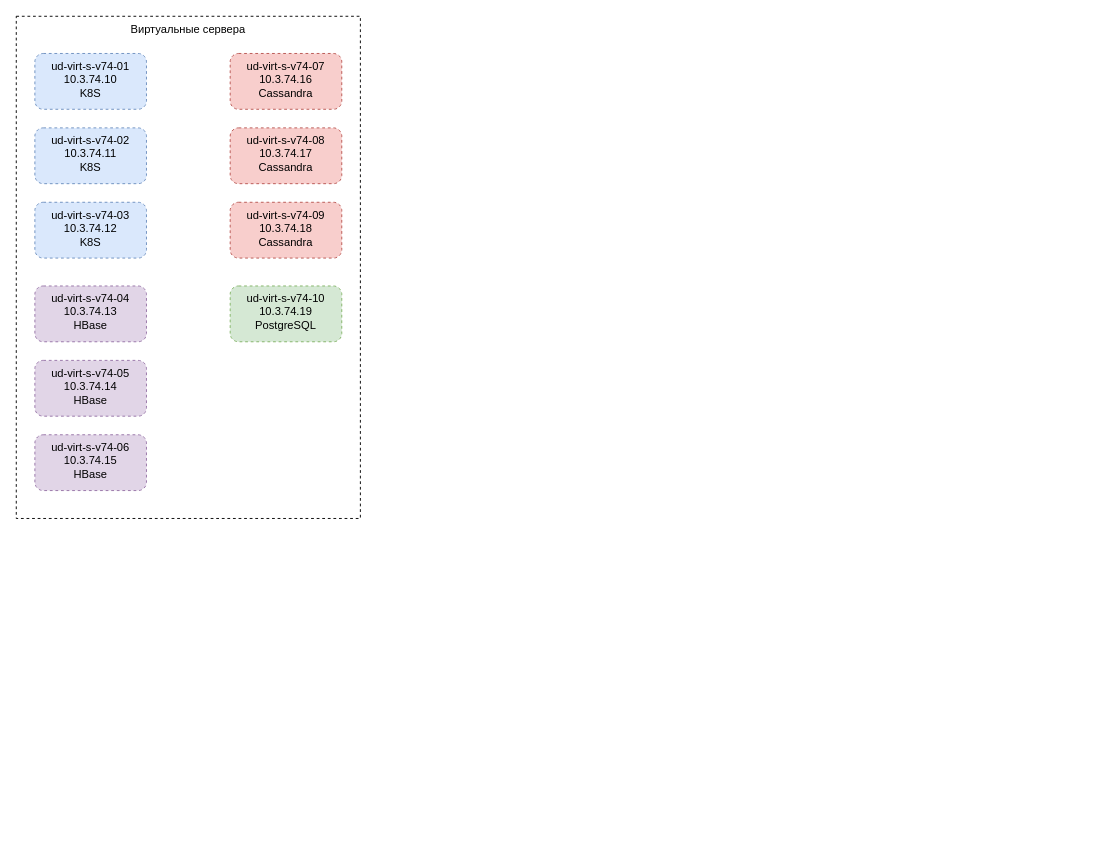
This is ees-test-stand.drawio from victorvk2002/test, a draw.io file, before an edit. Source tidied: cells renumbered, new cells numbered last; positions are measured from the earlier drawing's top-left corner, leaving out a move shared by most shapes. Both pictures are drawn from the tidied source at 93%, with x=0, y=0 at pixel (16, 16).
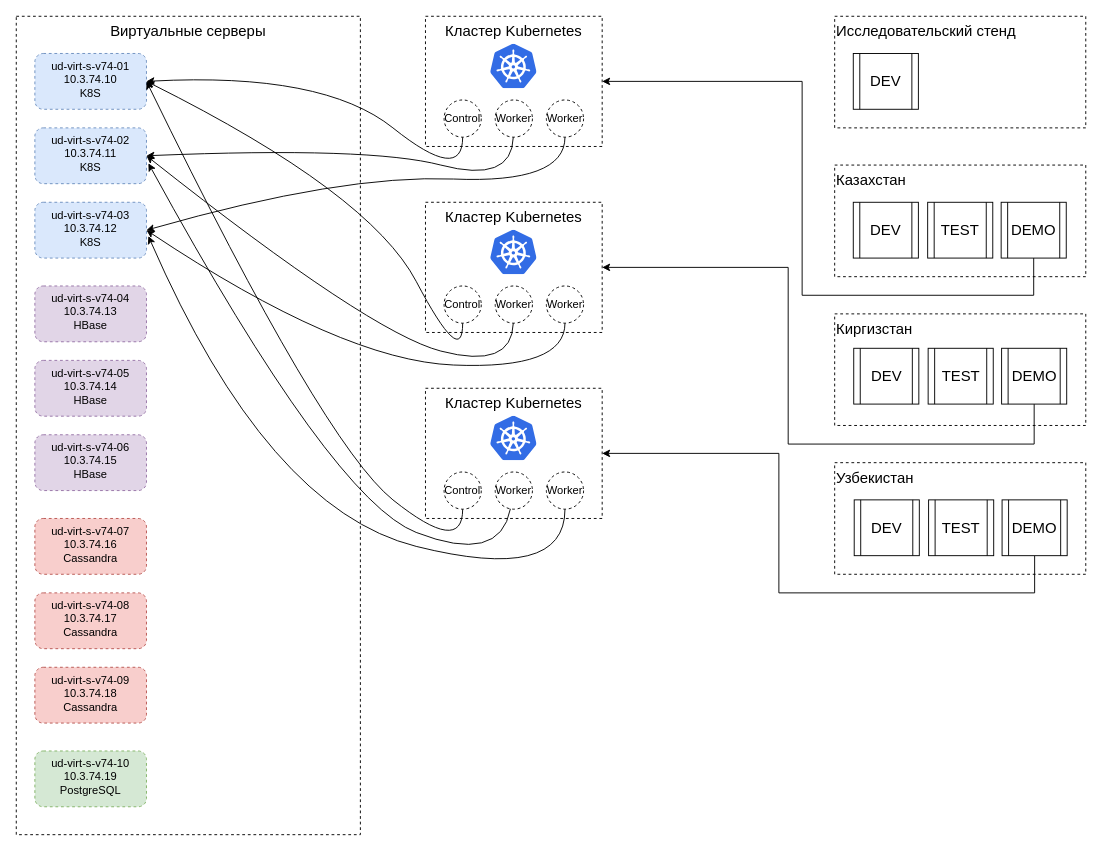
The same diagram, later.

Unchanged cells that the change refers to:
```xml
<mxCell id="3" value="ud-virt-s-v74-01&lt;br&gt;10.3.74.10&lt;br&gt;K8S" style="rounded=1;whiteSpace=wrap;html=1;dashed=1;align=center;verticalAlign=top;fillColor=#dae8fc;strokeColor=#6c8ebf;" parent="1" vertex="1">
  <mxGeometry x="20" y="40" width="120" height="60" as="geometry" />
</mxCell>
<mxCell id="4" value="ud-virt-s-v74-02&lt;br&gt;10.3.74.11&lt;br&gt;K8S" style="rounded=1;whiteSpace=wrap;html=1;dashed=1;align=center;verticalAlign=top;fillColor=#dae8fc;strokeColor=#6c8ebf;" parent="1" vertex="1">
  <mxGeometry x="20" y="120" width="120" height="60" as="geometry" />
</mxCell>
<mxCell id="5" value="ud-virt-s-v74-03&lt;br&gt;10.3.74.12&lt;br&gt;K8S" style="rounded=1;whiteSpace=wrap;html=1;dashed=1;align=center;verticalAlign=top;fillColor=#dae8fc;strokeColor=#6c8ebf;" parent="1" vertex="1">
  <mxGeometry x="20" y="200" width="120" height="60" as="geometry" />
</mxCell>
```

Diff of the diagram source:
```diff
@@
-    <mxCell id="2" value="Виртуальные сервера" style="rounded=0;whiteSpace=wrap;html=1;dashed=1;align=center;verticalAlign=top;" parent="1" vertex="1">
-      <mxGeometry width="370" height="540" as="geometry" />
+    <mxCell id="2" value="Виртуальные серверы" style="rounded=0;whiteSpace=wrap;html=1;dashed=1;align=center;verticalAlign=top;fontSize=16;" parent="1" vertex="1">
+      <mxGeometry width="370" height="880" as="geometry" />
     </mxCell>
@@
     <mxCell id="6" value="ud-virt-s-v74-07&lt;br&gt;10.3.74.16&lt;br&gt;Cassandra" style="rounded=1;whiteSpace=wrap;html=1;dashed=1;align=center;verticalAlign=top;fillColor=#f8cecc;strokeColor=#b85450;" parent="1" vertex="1">
-      <mxGeometry x="230" y="40" width="120" height="60" as="geometry" />
+      <mxGeometry x="20" y="540" width="120" height="60" as="geometry" />
     </mxCell>
     <mxCell id="7" value="ud-virt-s-v74-08&lt;br&gt;10.3.74.17&lt;br&gt;Cassandra" style="rounded=1;whiteSpace=wrap;html=1;dashed=1;align=center;verticalAlign=top;fillColor=#f8cecc;strokeColor=#b85450;" parent="1" vertex="1">
-      <mxGeometry x="230" y="120" width="120" height="60" as="geometry" />
+      <mxGeometry x="20" y="620" width="120" height="60" as="geometry" />
     </mxCell>
     <mxCell id="8" value="ud-virt-s-v74-09&lt;br&gt;10.3.74.18&lt;br&gt;Cassandra" style="rounded=1;whiteSpace=wrap;html=1;dashed=1;align=center;verticalAlign=top;fillColor=#f8cecc;strokeColor=#b85450;" parent="1" vertex="1">
-      <mxGeometry x="230" y="200" width="120" height="60" as="geometry" />
+      <mxGeometry x="20" y="700" width="120" height="60" as="geometry" />
     </mxCell>
@@
     <mxCell id="12" value="ud-virt-s-v74-10&lt;br&gt;10.3.74.19&lt;br&gt;PostgreSQL" style="rounded=1;whiteSpace=wrap;html=1;dashed=1;align=center;verticalAlign=top;fillColor=#d5e8d4;strokeColor=#82b366;" parent="1" vertex="1">
-      <mxGeometry x="230" y="290" width="120" height="60" as="geometry" />
+      <mxGeometry x="20" y="790" width="120" height="60" as="geometry" />
     </mxCell>
+    <mxCell id="13" value="Исследовательский стенд" style="rounded=0;whiteSpace=wrap;html=1;dashed=1;align=left;verticalAlign=top;fontSize=16;" parent="1" vertex="1">
+      <mxGeometry x="880" width="270" height="120" as="geometry" />
+    </mxCell>
+    <mxCell id="14" value="Казахстан" style="rounded=0;whiteSpace=wrap;html=1;dashed=1;align=left;verticalAlign=top;fontSize=16;" parent="1" vertex="1">
+      <mxGeometry x="880" y="160" width="270" height="120" as="geometry" />
+    </mxCell>
+    <mxCell id="15" value="Киргизстан" style="rounded=0;whiteSpace=wrap;html=1;dashed=1;align=left;verticalAlign=top;fontSize=16;" parent="1" vertex="1">
+      <mxGeometry x="880" y="320" width="270" height="120" as="geometry" />
+    </mxCell>
+    <mxCell id="16" value="Узбекистан" style="rounded=0;whiteSpace=wrap;html=1;dashed=1;align=left;verticalAlign=top;fontSize=16;" parent="1" vertex="1">
+      <mxGeometry x="880" y="480" width="270" height="120" as="geometry" />
+    </mxCell>
+    <mxCell id="17" value="DEV" style="shape=process;whiteSpace=wrap;html=1;backgroundOutline=1;fontSize=16;align=center;" parent="1" vertex="1">
+      <mxGeometry x="900" y="200" width="70" height="60" as="geometry" />
+    </mxCell>
+    <mxCell id="18" value="TEST" style="shape=process;whiteSpace=wrap;html=1;backgroundOutline=1;fontSize=16;align=center;" parent="1" vertex="1">
+      <mxGeometry x="980" y="200" width="70" height="60" as="geometry" />
+    </mxCell>
+    <mxCell id="19" style="edgeStyle=orthogonalEdgeStyle;rounded=0;jettySize=auto;html=1;exitX=0.5;exitY=1;exitDx=0;exitDy=0;fontSize=12;entryX=1;entryY=0.5;entryDx=0;entryDy=0;" parent="1" edge="1" source="20" target="30">
+      <mxGeometry relative="1" as="geometry">
+        <Array as="points">
+          <mxPoint x="1094" y="300" />
+          <mxPoint x="845" y="300" />
+          <mxPoint x="845" y="70" />
+        </Array>
+      </mxGeometry>
+    </mxCell>
+    <mxCell id="20" value="DEMO" style="shape=process;whiteSpace=wrap;html=1;backgroundOutline=1;fontSize=16;align=center;" parent="1" vertex="1">
+      <mxGeometry x="1059" y="200" width="70" height="60" as="geometry" />
+    </mxCell>
+    <mxCell id="21" value="DEV" style="shape=process;whiteSpace=wrap;html=1;backgroundOutline=1;fontSize=16;align=center;" parent="1" vertex="1">
+      <mxGeometry x="900" y="40" width="70" height="60" as="geometry" />
+    </mxCell>
+    <mxCell id="22" value="DEV" style="shape=process;whiteSpace=wrap;html=1;backgroundOutline=1;fontSize=16;align=center;" parent="1" vertex="1">
+      <mxGeometry x="900.5" y="357" width="70" height="60" as="geometry" />
+    </mxCell>
+    <mxCell id="23" value="TEST" style="shape=process;whiteSpace=wrap;html=1;backgroundOutline=1;fontSize=16;align=center;" parent="1" vertex="1">
+      <mxGeometry x="980.5" y="357" width="70" height="60" as="geometry" />
+    </mxCell>
+    <mxCell id="24" style="edgeStyle=orthogonalEdgeStyle;rounded=0;jettySize=auto;html=1;exitX=0.5;exitY=1;exitDx=0;exitDy=0;entryX=1;entryY=0.5;entryDx=0;entryDy=0;fontSize=12;" parent="1" edge="1" source="25" target="38">
+      <mxGeometry relative="1" as="geometry">
+        <Array as="points">
+          <mxPoint x="1095" y="460" />
+          <mxPoint x="830" y="460" />
+          <mxPoint x="830" y="270" />
+        </Array>
+      </mxGeometry>
+    </mxCell>
+    <mxCell id="25" value="DEMO" style="shape=process;whiteSpace=wrap;html=1;backgroundOutline=1;fontSize=16;align=center;" parent="1" vertex="1">
+      <mxGeometry x="1059.5" y="357" width="70" height="60" as="geometry" />
+    </mxCell>
+    <mxCell id="26" value="DEV" style="shape=process;whiteSpace=wrap;html=1;backgroundOutline=1;fontSize=16;align=center;" parent="1" vertex="1">
+      <mxGeometry x="901" y="520" width="70" height="60" as="geometry" />
+    </mxCell>
+    <mxCell id="27" value="TEST" style="shape=process;whiteSpace=wrap;html=1;backgroundOutline=1;fontSize=16;align=center;" parent="1" vertex="1">
+      <mxGeometry x="981" y="520" width="70" height="60" as="geometry" />
+    </mxCell>
+    <mxCell id="28" style="edgeStyle=orthogonalEdgeStyle;rounded=0;jettySize=auto;html=1;exitX=0.5;exitY=1;exitDx=0;exitDy=0;entryX=1;entryY=0.5;entryDx=0;entryDy=0;fontSize=12;" parent="1" edge="1" source="29" target="46">
+      <mxGeometry relative="1" as="geometry">
+        <Array as="points">
+          <mxPoint x="1095" y="620" />
+          <mxPoint x="820" y="620" />
+          <mxPoint x="820" y="470" />
+        </Array>
+      </mxGeometry>
+    </mxCell>
+    <mxCell id="29" value="DEMO" style="shape=process;whiteSpace=wrap;html=1;backgroundOutline=1;fontSize=16;align=center;" parent="1" vertex="1">
+      <mxGeometry x="1060" y="520" width="70" height="60" as="geometry" />
+    </mxCell>
+    <mxCell id="30" value="Кластер Kubernetes" style="rounded=0;whiteSpace=wrap;html=1;fontSize=16;align=center;dashed=1;verticalAlign=top;" parent="1" vertex="1">
+      <mxGeometry x="440" width="190" height="140" as="geometry" />
+    </mxCell>
+    <mxCell id="31" style="html=1;align=center;image;fontSize=12;image=img/lib/mscae/Kubernetes.svg;dashed=1;" parent="1" vertex="1">
+      <mxGeometry x="510" y="30" width="50" height="48" as="geometry" />
+    </mxCell>
+    <mxCell id="32" value="Control" style="ellipse;whiteSpace=wrap;html=1;dashed=1;fontSize=12;align=center;" parent="1" vertex="1">
+      <mxGeometry x="460" y="90" width="40" height="40" as="geometry" />
+    </mxCell>
+    <mxCell id="33" value="Worker" style="ellipse;whiteSpace=wrap;html=1;dashed=1;fontSize=12;align=center;" parent="1" vertex="1">
+      <mxGeometry x="515" y="90" width="40" height="40" as="geometry" />
+    </mxCell>
+    <mxCell id="34" value="Worker" style="ellipse;whiteSpace=wrap;html=1;dashed=1;fontSize=12;align=center;" parent="1" vertex="1">
+      <mxGeometry x="570" y="90" width="40" height="40" as="geometry" />
+    </mxCell>
+    <mxCell id="35" style="curved=1;endArrow=classic;html=1;fontSize=12;entryX=1;entryY=0.5;entryDx=0;entryDy=0;" parent="1" edge="1" source="32" target="3">
+      <mxGeometry relative="1" as="geometry">
+        <Array as="points">
+          <mxPoint x="480" y="180" />
+          <mxPoint x="330" y="60" />
+        </Array>
+      </mxGeometry>
+    </mxCell>
+    <mxCell id="36" style="curved=1;endArrow=classic;html=1;fontSize=12;entryX=1;entryY=0.5;entryDx=0;entryDy=0;" parent="1" edge="1" source="33" target="4">
+      <mxGeometry relative="1" as="geometry">
+        <Array as="points">
+          <mxPoint x="533" y="180" />
+          <mxPoint x="380" y="140" />
+        </Array>
+      </mxGeometry>
+    </mxCell>
+    <mxCell id="37" style="curved=1;endArrow=classic;html=1;fontSize=12;entryX=1;entryY=0.5;entryDx=0;entryDy=0;" parent="1" edge="1" source="34" target="5">
+      <mxGeometry relative="1" as="geometry">
+        <Array as="points">
+          <mxPoint x="590" y="180" />
+          <mxPoint x="350" y="170" />
+        </Array>
+      </mxGeometry>
+    </mxCell>
+    <mxCell id="38" value="Кластер Kubernetes" style="rounded=0;whiteSpace=wrap;html=1;fontSize=16;align=center;dashed=1;verticalAlign=top;" parent="1" vertex="1">
+      <mxGeometry x="440" y="200" width="190" height="140" as="geometry" />
+    </mxCell>
+    <mxCell id="39" style="html=1;align=center;image;fontSize=12;image=img/lib/mscae/Kubernetes.svg;dashed=1;" parent="1" vertex="1">
+      <mxGeometry x="510" y="230" width="50" height="48" as="geometry" />
+    </mxCell>
+    <mxCell id="40" value="Control" style="ellipse;whiteSpace=wrap;html=1;dashed=1;fontSize=12;align=center;" parent="1" vertex="1">
+      <mxGeometry x="460" y="290" width="40" height="40" as="geometry" />
+    </mxCell>
+    <mxCell id="41" value="Worker" style="ellipse;whiteSpace=wrap;html=1;dashed=1;fontSize=12;align=center;" parent="1" vertex="1">
+      <mxGeometry x="515" y="290" width="40" height="40" as="geometry" />
+    </mxCell>
+    <mxCell id="42" value="Worker" style="ellipse;whiteSpace=wrap;html=1;dashed=1;fontSize=12;align=center;" parent="1" vertex="1">
+      <mxGeometry x="570" y="290" width="40" height="40" as="geometry" />
+    </mxCell>
+    <mxCell id="43" style="curved=1;endArrow=classic;html=1;fontSize=12;entryX=1;entryY=0.5;entryDx=0;entryDy=0;" parent="1" edge="1" source="40" target="3">
+      <mxGeometry relative="1" as="geometry">
+        <Array as="points">
+          <mxPoint x="480" y="380" />
+          <mxPoint x="380" y="190" />
+        </Array>
+      </mxGeometry>
+    </mxCell>
+    <mxCell id="44" style="curved=1;endArrow=classic;html=1;fontSize=12;entryX=1;entryY=0.5;entryDx=0;entryDy=0;" parent="1" edge="1" source="41" target="4">
+      <mxGeometry relative="1" as="geometry">
+        <Array as="points">
+          <mxPoint x="533" y="380" />
+          <mxPoint x="380" y="340" />
+        </Array>
+      </mxGeometry>
+    </mxCell>
+    <mxCell id="45" style="curved=1;endArrow=classic;html=1;fontSize=12;entryX=1;entryY=0.5;entryDx=0;entryDy=0;" parent="1" edge="1" source="42" target="5">
+      <mxGeometry relative="1" as="geometry">
+        <Array as="points">
+          <mxPoint x="590" y="380" />
+          <mxPoint x="350" y="370" />
+        </Array>
+      </mxGeometry>
+    </mxCell>
+    <mxCell id="46" value="Кластер Kubernetes" style="rounded=0;whiteSpace=wrap;html=1;fontSize=16;align=center;dashed=1;verticalAlign=top;" parent="1" vertex="1">
+      <mxGeometry x="440" y="400" width="190" height="140" as="geometry" />
+    </mxCell>
+    <mxCell id="47" style="html=1;align=center;image;fontSize=12;image=img/lib/mscae/Kubernetes.svg;dashed=1;" parent="1" vertex="1">
+      <mxGeometry x="510" y="430" width="50" height="48" as="geometry" />
+    </mxCell>
+    <mxCell id="48" value="Control" style="ellipse;whiteSpace=wrap;html=1;dashed=1;fontSize=12;align=center;" parent="1" vertex="1">
+      <mxGeometry x="460" y="490" width="40" height="40" as="geometry" />
+    </mxCell>
+    <mxCell id="49" value="Worker" style="ellipse;whiteSpace=wrap;html=1;dashed=1;fontSize=12;align=center;" parent="1" vertex="1">
+      <mxGeometry x="515" y="490" width="40" height="40" as="geometry" />
+    </mxCell>
+    <mxCell id="50" value="Worker" style="ellipse;whiteSpace=wrap;html=1;dashed=1;fontSize=12;align=center;" parent="1" vertex="1">
+      <mxGeometry x="570" y="490" width="40" height="40" as="geometry" />
+    </mxCell>
+    <mxCell id="51" style="curved=1;endArrow=classic;html=1;fontSize=12;" parent="1" edge="1" source="48">
+      <mxGeometry relative="1" as="geometry">
+        <mxPoint x="140" y="70" as="targetPoint" />
+        <Array as="points">
+          <mxPoint x="480" y="580" />
+          <mxPoint x="330" y="460" />
+        </Array>
+      </mxGeometry>
+    </mxCell>
+    <mxCell id="52" style="curved=1;endArrow=classic;html=1;fontSize=12;entryX=1.017;entryY=0.634;entryDx=0;entryDy=0;entryPerimeter=0;" parent="1" edge="1" source="49" target="4">
+      <mxGeometry relative="1" as="geometry">
+        <Array as="points">
+          <mxPoint x="520" y="590" />
+          <mxPoint x="340" y="520" />
+        </Array>
+      </mxGeometry>
+    </mxCell>
+    <mxCell id="53" style="curved=1;endArrow=classic;html=1;fontSize=12;entryX=1.017;entryY=0.606;entryDx=0;entryDy=0;entryPerimeter=0;" parent="1" edge="1" source="50" target="5">
+      <mxGeometry relative="1" as="geometry">
+        <Array as="points">
+          <mxPoint x="590" y="610" />
+          <mxPoint x="270" y="530" />
+        </Array>
+      </mxGeometry>
+    </mxCell>
```
